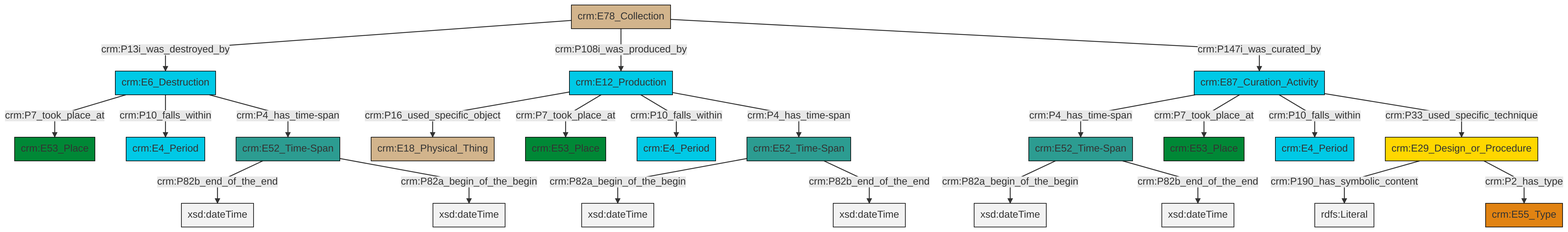
swiss-art-research-net/docs.swissartresearch keeps this Mermaid diagram as et/archivalCSV/ttl/mmd/png/archival_existence.png. Above is the earlier version. Its source is kept beside it as et/archivalCSV/ttl/mmd/archival_existence.ttl.mmd.
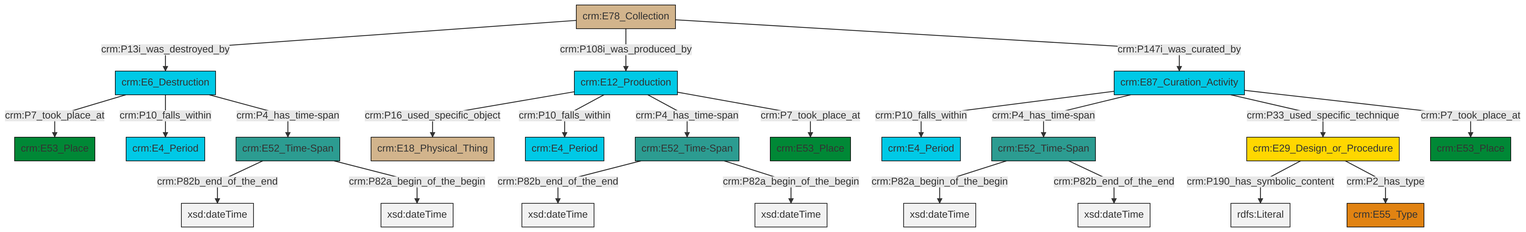
Above is the later version.

The edit, as a diff of the source:
```diff
@@ -13,25 +13,25 @@
 classDef PC_Classes fill:#4ce600, stroke:#000000;
 classDef Multi fill:#cccccc,stroke:#000000;
 
-4["crm:E78_Collection"]:::Physical_Thing -->|crm:P13i_was_destroyed_by| 5["crm:E6_Destruction"]:::Temporal_Entity
-5["crm:E6_Destruction"]:::Temporal_Entity -->|crm:P7_took_place_at| 10["crm:E53_Place"]:::Place
-13["crm:E52_Time-Span"]:::Time-Span -->|crm:P82a_begin_of_the_begin| 14[xsd:dateTime]:::Literal
-16["crm:E12_Production"]:::Temporal_Entity -->|crm:P16_used_specific_object| 17["crm:E18_Physical_Thing"]:::Physical_Thing
-19["crm:E52_Time-Span"]:::Time-Span -->|crm:P82a_begin_of_the_begin| 20[xsd:dateTime]:::Literal
-2["crm:E87_Curation_Activity"]:::Temporal_Entity -->|crm:P4_has_time-span| 19["crm:E52_Time-Span"]:::Time-Span
-4["crm:E78_Collection"]:::Physical_Thing -->|crm:P108i_was_produced_by| 16["crm:E12_Production"]:::Temporal_Entity
-21["crm:E29_Design_or_Procedure"]:::Conceptual_Object -->|crm:P190_has_symbolic_content| 22[rdfs:Literal]:::Literal
-5["crm:E6_Destruction"]:::Temporal_Entity -->|crm:P10_falls_within| 23["crm:E4_Period"]:::Temporal_Entity
-0["crm:E52_Time-Span"]:::Time-Span -->|crm:P82b_end_of_the_end| 24[xsd:dateTime]:::Literal
-0["crm:E52_Time-Span"]:::Time-Span -->|crm:P82a_begin_of_the_begin| 29[xsd:dateTime]:::Literal
-5["crm:E6_Destruction"]:::Temporal_Entity -->|crm:P4_has_time-span| 0["crm:E52_Time-Span"]:::Time-Span
-19["crm:E52_Time-Span"]:::Time-Span -->|crm:P82b_end_of_the_end| 30[xsd:dateTime]:::Literal
-2["crm:E87_Curation_Activity"]:::Temporal_Entity -->|crm:P7_took_place_at| 8["crm:E53_Place"]:::Place
-4["crm:E78_Collection"]:::Physical_Thing -->|crm:P147i_was_curated_by| 2["crm:E87_Curation_Activity"]:::Temporal_Entity
-16["crm:E12_Production"]:::Temporal_Entity -->|crm:P7_took_place_at| 32["crm:E53_Place"]:::Place
-16["crm:E12_Production"]:::Temporal_Entity -->|crm:P10_falls_within| 6["crm:E4_Period"]:::Temporal_Entity
-2["crm:E87_Curation_Activity"]:::Temporal_Entity -->|crm:P10_falls_within| 11["crm:E4_Period"]:::Temporal_Entity
-21["crm:E29_Design_or_Procedure"]:::Conceptual_Object -->|crm:P2_has_type| 25["crm:E55_Type"]:::Type
-2["crm:E87_Curation_Activity"]:::Temporal_Entity -->|crm:P33_used_specific_technique| 21["crm:E29_Design_or_Procedure"]:::Conceptual_Object
-13["crm:E52_Time-Span"]:::Time-Span -->|crm:P82b_end_of_the_end| 37[xsd:dateTime]:::Literal
-16["crm:E12_Production"]:::Temporal_Entity -->|crm:P4_has_time-span| 13["crm:E52_Time-Span"]:::Time-Span
+4["crm:E52_Time-Span"]:::Time-Span -->|crm:P82b_end_of_the_end| 5[xsd:dateTime]:::Literal
+8["crm:E52_Time-Span"]:::Time-Span -->|crm:P82a_begin_of_the_begin| 9[xsd:dateTime]:::Literal
+4["crm:E52_Time-Span"]:::Time-Span -->|crm:P82a_begin_of_the_begin| 12[xsd:dateTime]:::Literal
+15["crm:E78_Collection"]:::Physical_Thing -->|crm:P13i_was_destroyed_by| 2["crm:E6_Destruction"]:::Temporal_Entity
+0["crm:E87_Curation_Activity"]:::Temporal_Entity -->|crm:P10_falls_within| 16["crm:E4_Period"]:::Temporal_Entity
+6["crm:E12_Production"]:::Temporal_Entity -->|crm:P16_used_specific_object| 17["crm:E18_Physical_Thing"]:::Physical_Thing
+6["crm:E12_Production"]:::Temporal_Entity -->|crm:P10_falls_within| 18["crm:E4_Period"]:::Temporal_Entity
+19["crm:E52_Time-Span"]:::Time-Span -->|crm:P82b_end_of_the_end| 20[xsd:dateTime]:::Literal
+2["crm:E6_Destruction"]:::Temporal_Entity -->|crm:P7_took_place_at| 21["crm:E53_Place"]:::Place
+0["crm:E87_Curation_Activity"]:::Temporal_Entity -->|crm:P4_has_time-span| 8["crm:E52_Time-Span"]:::Time-Span
+13["crm:E29_Design_or_Procedure"]:::Conceptual_Object -->|crm:P190_has_symbolic_content| 22[rdfs:Literal]:::Literal
+19["crm:E52_Time-Span"]:::Time-Span -->|crm:P82a_begin_of_the_begin| 25[xsd:dateTime]:::Literal
+2["crm:E6_Destruction"]:::Temporal_Entity -->|crm:P10_falls_within| 10["crm:E4_Period"]:::Temporal_Entity
+0["crm:E87_Curation_Activity"]:::Temporal_Entity -->|crm:P33_used_specific_technique| 13["crm:E29_Design_or_Procedure"]:::Conceptual_Object
+6["crm:E12_Production"]:::Temporal_Entity -->|crm:P4_has_time-span| 4["crm:E52_Time-Span"]:::Time-Span
+13["crm:E29_Design_or_Procedure"]:::Conceptual_Object -->|crm:P2_has_type| 28["crm:E55_Type"]:::Type
+0["crm:E87_Curation_Activity"]:::Temporal_Entity -->|crm:P7_took_place_at| 29["crm:E53_Place"]:::Place
+2["crm:E6_Destruction"]:::Temporal_Entity -->|crm:P4_has_time-span| 19["crm:E52_Time-Span"]:::Time-Span
+6["crm:E12_Production"]:::Temporal_Entity -->|crm:P7_took_place_at| 23["crm:E53_Place"]:::Place
+15["crm:E78_Collection"]:::Physical_Thing -->|crm:P108i_was_produced_by| 6["crm:E12_Production"]:::Temporal_Entity
+8["crm:E52_Time-Span"]:::Time-Span -->|crm:P82b_end_of_the_end| 37[xsd:dateTime]:::Literal
+15["crm:E78_Collection"]:::Physical_Thing -->|crm:P147i_was_curated_by| 0["crm:E87_Curation_Activity"]:::Temporal_Entity
```
